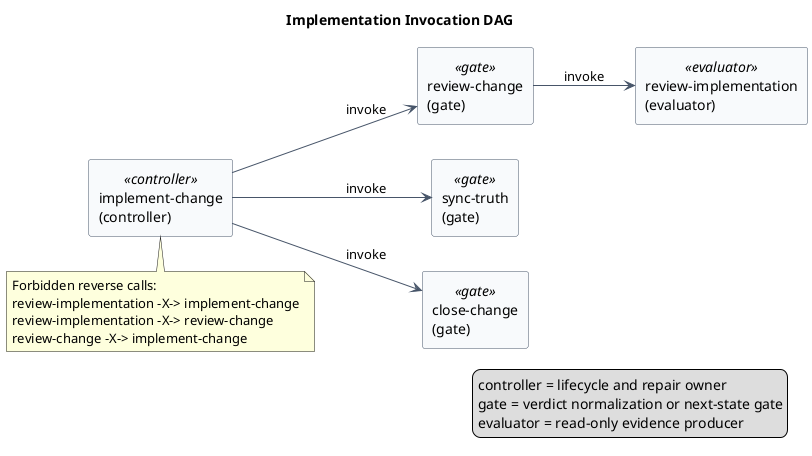
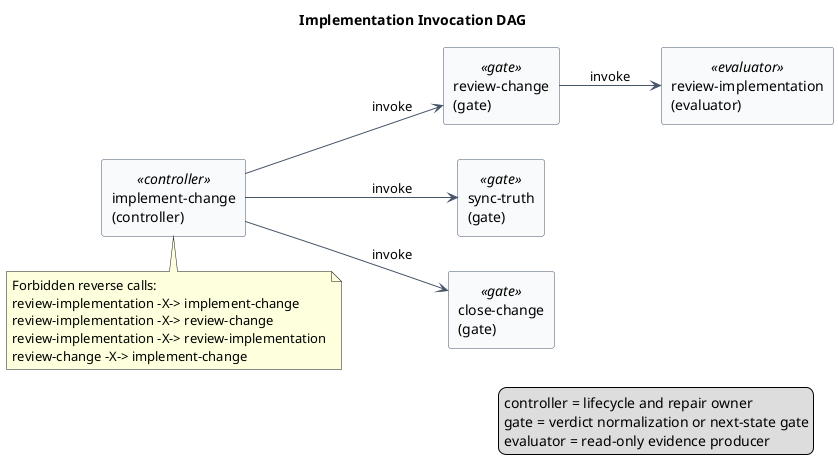
@startuml
' Generated from src/skills/workflows/implement-change/references/workflow.toml; do not edit by hand.
title Implementation Invocation DAG
left to right direction
skinparam shadowing false
skinparam componentStyle rectangle
skinparam ArrowColor #475569
skinparam rectangle {
  BackgroundColor #F8FAFC
  BorderColor #475569
}

rectangle "implement-change\n(controller)" as n_implement_change <<controller>>
rectangle "review-change\n(gate)" as n_review_change <<gate>>
rectangle "review-implementation\n(evaluator)" as n_review_implementation <<evaluator>>
rectangle "sync-truth\n(gate)" as n_sync_truth <<gate>>
rectangle "close-change\n(gate)" as n_close_change <<gate>>

n_implement_change --> n_review_change : invoke
n_review_change --> n_review_implementation : invoke
n_implement_change --> n_sync_truth : invoke
n_implement_change --> n_close_change : invoke

note bottom of n_implement_change
  Forbidden reverse calls:
  review-implementation -X-> implement-change
  review-implementation -X-> review-change
+   review-implementation -X-> review-implementation
  review-change -X-> implement-change
end note

legend right
  controller = lifecycle and repair owner
  gate = verdict normalization or next-state gate
  evaluator = read-only evidence producer
endlegend
@enduml
